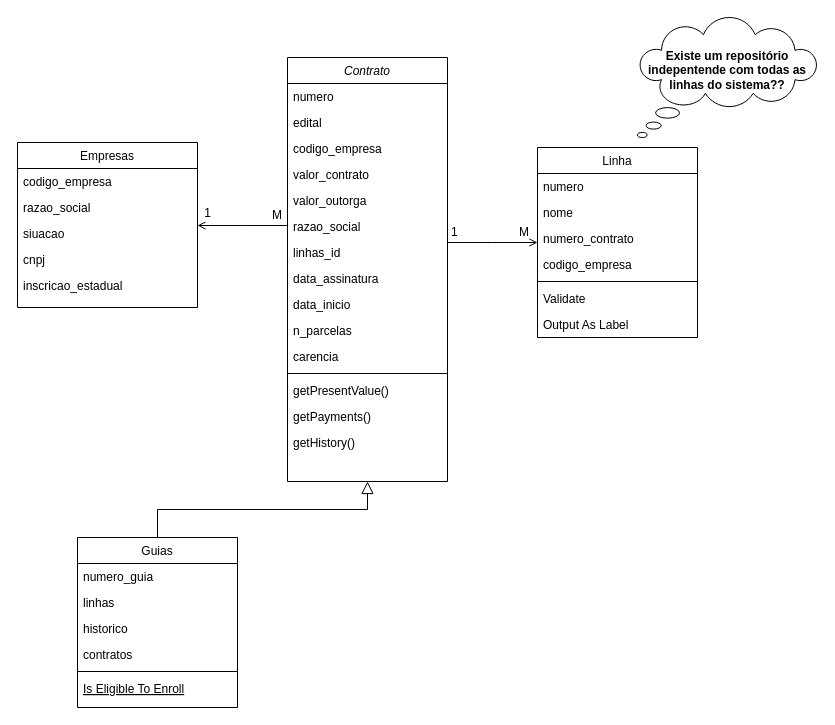
The draw.io diagram diagrama_de_classe_outorga.drawio in sverissimo/outorgas_stim, before the edit. Source tidied: cells renumbered, new cells numbered last; positions are measured from the earlier drawing's top-left corner, leaving out a move shared by most shapes. Both pictures are drawn from the tidied source at 100%, with x=0, y=0 at pixel (17, 17).
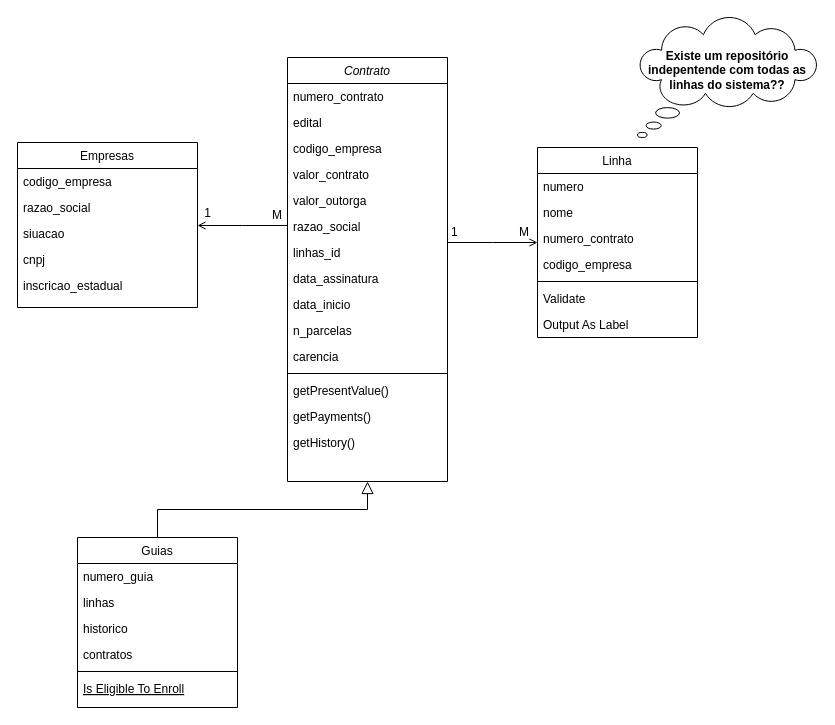
The same page after the edit.

The change refers to these unchanged cells:
```xml
<mxCell id="2" value="Contrato" style="swimlane;fontStyle=2;align=center;verticalAlign=top;horizontal=1;startSize=26;rounded=0;shadow=0;strokeWidth=1;" parent="1" vertex="1">
  <mxGeometry x="270" y="40" width="160" height="424" as="geometry" />
</mxCell>
```

What changed in the source:
```diff
@@
-    <mxCell id="3" value="numero" style="text;align=left;verticalAlign=top;spacingLeft=4;spacingRight=4;overflow=hidden;rounded=0;shadow=0;html=0;" parent="2" vertex="1">
+    <mxCell id="3" value="numero_contrato" style="text;align=left;verticalAlign=top;spacingLeft=4;spacingRight=4;overflow=hidden;rounded=0;shadow=0;html=0;" parent="2" vertex="1">
       <mxGeometry y="26" width="160" height="26" as="geometry" />
     </mxCell>
```
